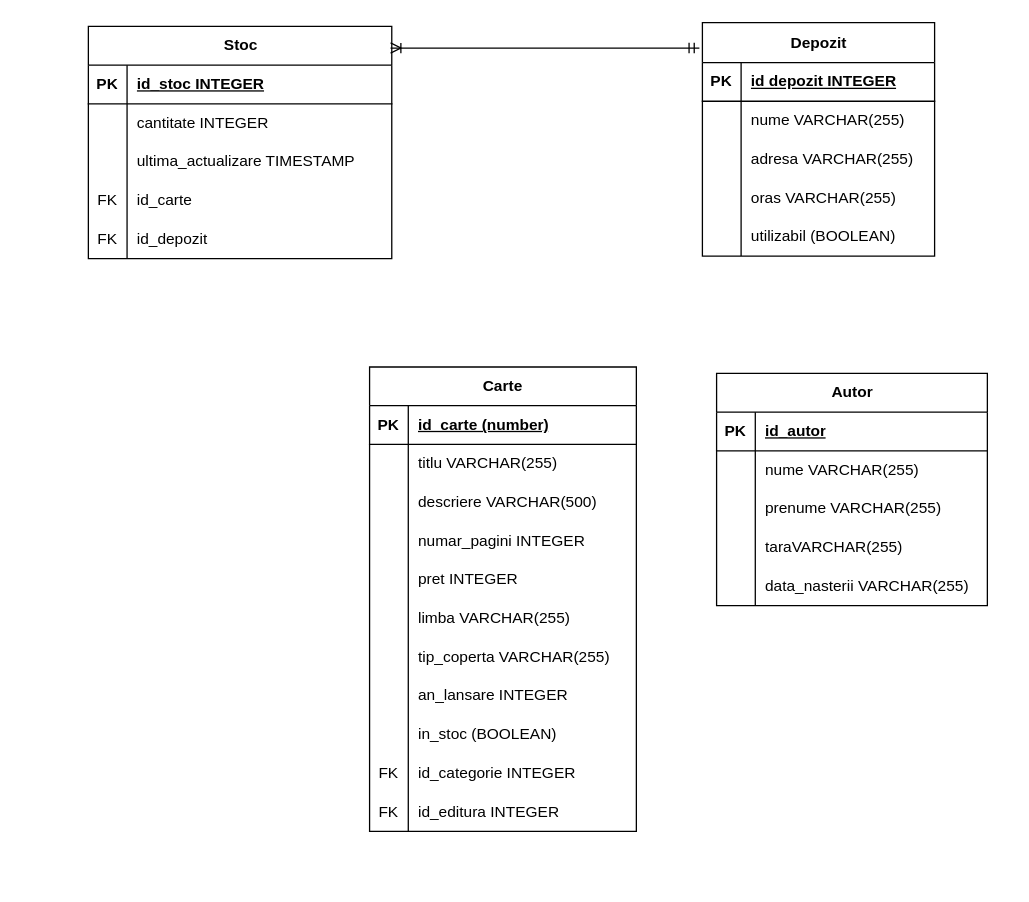
This is Untitled Diagram.drawio from CiprianVlad/facultate, a draw.io file, before an edit. Source tidied: cells renumbered, new cells numbered last; positions are measured from the earlier drawing's top-left corner, leaving out a move shared by most shapes. Both pictures are drawn from the tidied source at 129%, with x=0, y=0 at pixel (88, 22).
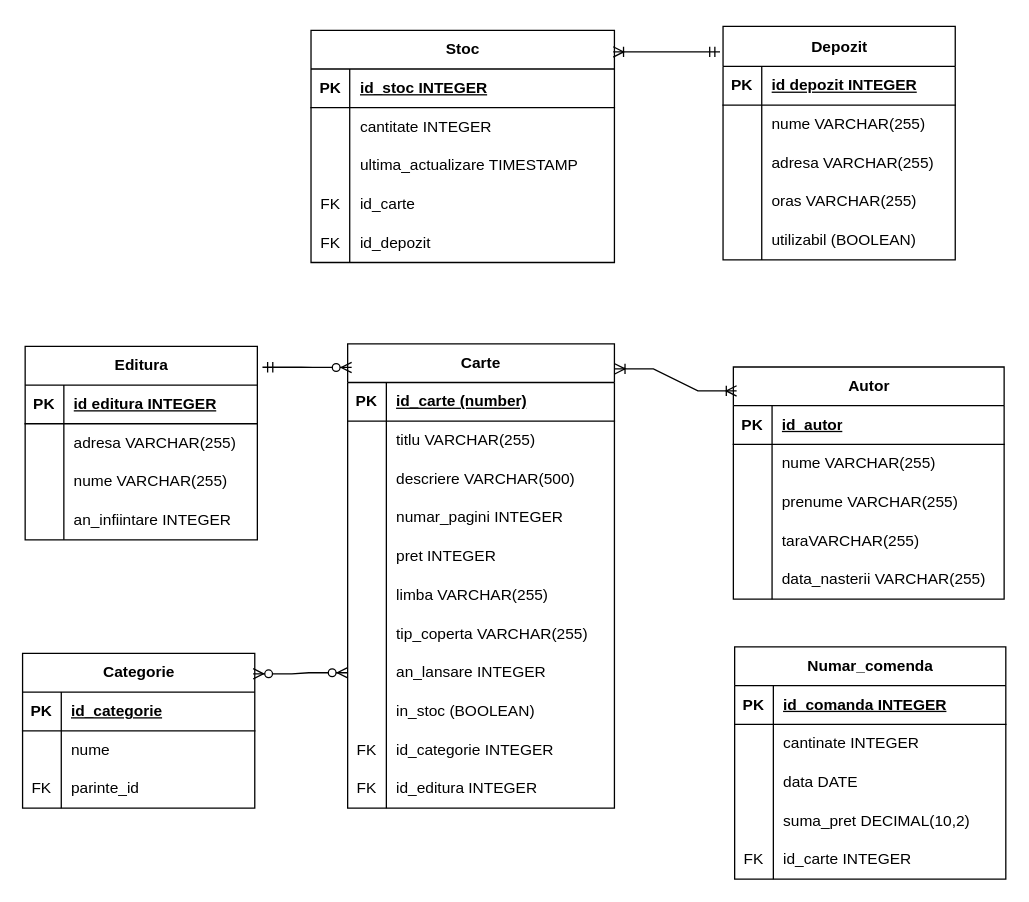
The same diagram, later.

The change refers to these unchanged cells:
```xml
<mxCell id="24" style="shape=tableRow;horizontal=0;startSize=0;swimlaneHead=0;swimlaneBody=0;fillColor=none;points=[[0,0.5],[1,0.5]];portConstraint=eastwest;top=0;left=0;right=0;bottom=0;" parent="2" vertex="1">
  <mxGeometry y="240" width="206.8" height="30" as="geometry" />
</mxCell>
```

Change to the diagram source:
```diff
@@
     <mxCell id="2" value="Carte" style="shape=table;startSize=30;childLayout=tableLayout;rowLines=0;fontStyle=1;align=center;html=1;" parent="1" vertex="1">
-      <mxGeometry x="218" y="267" width="206.8" height="360" as="geometry" />
+      <mxGeometry x="201" y="249" width="206.8" height="360" as="geometry" />
     </mxCell>
@@
     <mxCell id="36" value="Stoc" style="shape=table;startSize=30;childLayout=tableLayout;rowLines=0;fontStyle=1;align=center;html=1;" parent="1" vertex="1">
-      <mxGeometry y="3" width="235.2" height="180" as="geometry" />
+      <mxGeometry x="172.6" y="6" width="235.2" height="180" as="geometry" />
     </mxCell>
@@
     <mxCell id="52" value="Depozit" style="shape=table;startSize=31;childLayout=tableLayout;rowLines=0;fontStyle=1;align=center;html=1;" parent="1" vertex="1">
-      <mxGeometry x="476" width="180" height="181" as="geometry" />
+      <mxGeometry x="492" y="3" width="180" height="181" as="geometry" />
     </mxCell>
@@
     <mxCell id="69" value="Autor" style="shape=table;startSize=30;childLayout=tableLayout;rowLines=0;fontStyle=1;align=center;html=1;" parent="1" vertex="1">
-      <mxGeometry x="487" y="272" width="209.9" height="180" as="geometry" />
+      <mxGeometry x="500" y="267" width="209.9" height="180" as="geometry" />
     </mxCell>
@@
+    <mxCell id="85" style="edgeStyle=entityRelationEdgeStyle;fontSize=12;html=1;endArrow=ERoneToMany;startArrow=ERoneToMany;rounded=0;entryX=0.012;entryY=0.103;entryDx=0;entryDy=0;entryPerimeter=0;exitX=1.001;exitY=0.054;exitDx=0;exitDy=0;exitPerimeter=0;" parent="1" edge="1" source="2" target="69">
+      <mxGeometry relative="1" as="geometry" />
+    </mxCell>
+    <mxCell id="86" value="Editura" style="shape=table;startSize=30;childLayout=tableLayout;rowLines=0;fontStyle=1;align=center;html=1;" parent="1" vertex="1">
+      <mxGeometry x="-49" y="251" width="180" height="150" as="geometry" />
+    </mxCell>
+    <mxCell id="87" style="shape=tableRow;horizontal=0;startSize=0;swimlaneHead=0;swimlaneBody=0;fillColor=none;top=0;left=0;right=0;bottom=1;" parent="86" vertex="1">
+      <mxGeometry y="30" width="180" height="30" as="geometry" />
+    </mxCell>
+    <mxCell id="88" value="PK" style="shape=partialRectangle;fillColor=none;top=0;left=0;bottom=0;right=0;fontStyle=1;overflow=hidden;whiteSpace=wrap;html=1;" parent="87" vertex="1">
+      <mxGeometry width="30" height="30" as="geometry" />
+    </mxCell>
+    <mxCell id="89" value="id editura INTEGER" style="shape=partialRectangle;fillColor=none;top=0;left=0;bottom=0;right=0;align=left;spacingLeft=6;fontStyle=5;overflow=hidden;whiteSpace=wrap;html=1;" parent="87" vertex="1">
+      <mxGeometry x="30" width="150" height="30" as="geometry" />
+    </mxCell>
+    <mxCell id="90" style="shape=tableRow;horizontal=0;startSize=0;swimlaneHead=0;swimlaneBody=0;fillColor=none;top=0;left=0;right=0;bottom=0;" parent="86" vertex="1">
+      <mxGeometry y="60" width="180" height="30" as="geometry" />
+    </mxCell>
+    <mxCell id="91" style="shape=partialRectangle;fillColor=none;top=0;left=0;bottom=0;right=0;overflow=hidden;whiteSpace=wrap;html=1;" parent="90" vertex="1">
+      <mxGeometry width="30" height="30" as="geometry" />
+    </mxCell>
+    <mxCell id="92" value="adresa VARCHAR(255)" style="shape=partialRectangle;fillColor=none;top=0;left=0;bottom=0;right=0;align=left;spacingLeft=6;overflow=hidden;whiteSpace=wrap;html=1;" parent="90" vertex="1">
+      <mxGeometry x="30" width="150" height="30" as="geometry" />
+    </mxCell>
+    <mxCell id="93" style="shape=tableRow;horizontal=0;startSize=0;swimlaneHead=0;swimlaneBody=0;fillColor=none;top=0;left=0;right=0;bottom=0;" parent="86" vertex="1">
+      <mxGeometry y="90" width="180" height="30" as="geometry" />
+    </mxCell>
+    <mxCell id="94" style="shape=partialRectangle;fillColor=none;top=0;left=0;bottom=0;right=0;overflow=hidden;whiteSpace=wrap;html=1;" parent="93" vertex="1">
+      <mxGeometry width="30" height="30" as="geometry" />
+    </mxCell>
+    <mxCell id="95" value="nume VARCHAR(255)" style="shape=partialRectangle;fillColor=none;top=0;left=0;bottom=0;right=0;align=left;spacingLeft=6;overflow=hidden;whiteSpace=wrap;html=1;" parent="93" vertex="1">
+      <mxGeometry x="30" width="150" height="30" as="geometry" />
+    </mxCell>
+    <mxCell id="96" style="shape=tableRow;horizontal=0;startSize=0;swimlaneHead=0;swimlaneBody=0;fillColor=none;top=0;left=0;right=0;bottom=0;" parent="86" vertex="1">
+      <mxGeometry y="120" width="180" height="30" as="geometry" />
+    </mxCell>
+    <mxCell id="97" style="shape=partialRectangle;fillColor=none;top=0;left=0;bottom=0;right=0;overflow=hidden;whiteSpace=wrap;html=1;" parent="96" vertex="1">
+      <mxGeometry width="30" height="30" as="geometry" />
+    </mxCell>
+    <mxCell id="98" value="an_infiintare INTEGER" style="shape=partialRectangle;fillColor=none;top=0;left=0;bottom=0;right=0;align=left;spacingLeft=6;overflow=hidden;whiteSpace=wrap;html=1;" parent="96" vertex="1">
+      <mxGeometry x="30" width="150" height="30" as="geometry" />
+    </mxCell>
+    <mxCell id="99" style="edgeStyle=entityRelationEdgeStyle;fontSize=12;html=1;endArrow=ERzeroToMany;startArrow=ERmandOne;rounded=0;entryX=0.015;entryY=0.051;entryDx=0;entryDy=0;entryPerimeter=0;exitX=1.022;exitY=0.108;exitDx=0;exitDy=0;exitPerimeter=0;" parent="1" edge="1" source="86" target="2">
+      <mxGeometry relative="1" as="geometry" />
+    </mxCell>
+    <mxCell id="100" value="Categorie" style="shape=table;startSize=30;childLayout=tableLayout;rowLines=0;fontStyle=1;align=center;html=1;" parent="1" vertex="1">
+      <mxGeometry x="-51" y="489" width="180" height="120" as="geometry" />
+    </mxCell>
+    <mxCell id="101" style="shape=tableRow;horizontal=0;startSize=0;swimlaneHead=0;swimlaneBody=0;fillColor=none;top=0;left=0;right=0;bottom=1;" parent="100" vertex="1">
+      <mxGeometry y="30" width="180" height="30" as="geometry" />
+    </mxCell>
+    <mxCell id="102" value="PK" style="shape=partialRectangle;fillColor=none;top=0;left=0;bottom=0;right=0;fontStyle=1;overflow=hidden;whiteSpace=wrap;html=1;" parent="101" vertex="1">
+      <mxGeometry width="30" height="30" as="geometry" />
+    </mxCell>
+    <mxCell id="103" value="id_categorie" style="shape=partialRectangle;fillColor=none;top=0;left=0;bottom=0;right=0;align=left;spacingLeft=6;fontStyle=5;overflow=hidden;whiteSpace=wrap;html=1;" parent="101" vertex="1">
+      <mxGeometry x="30" width="150" height="30" as="geometry" />
+    </mxCell>
+    <mxCell id="104" style="shape=tableRow;horizontal=0;startSize=0;swimlaneHead=0;swimlaneBody=0;fillColor=none;top=0;left=0;right=0;bottom=0;" parent="100" vertex="1">
+      <mxGeometry y="60" width="180" height="30" as="geometry" />
+    </mxCell>
+    <mxCell id="105" style="shape=partialRectangle;fillColor=none;top=0;left=0;bottom=0;right=0;overflow=hidden;whiteSpace=wrap;html=1;" parent="104" vertex="1">
+      <mxGeometry width="30" height="30" as="geometry" />
+    </mxCell>
+    <mxCell id="106" value="nume" style="shape=partialRectangle;fillColor=none;top=0;left=0;bottom=0;right=0;align=left;spacingLeft=6;overflow=hidden;whiteSpace=wrap;html=1;" parent="104" vertex="1">
+      <mxGeometry x="30" width="150" height="30" as="geometry" />
+    </mxCell>
+    <mxCell id="107" style="shape=tableRow;horizontal=0;startSize=0;swimlaneHead=0;swimlaneBody=0;fillColor=none;top=0;left=0;right=0;bottom=0;" parent="100" vertex="1">
+      <mxGeometry y="90" width="180" height="30" as="geometry" />
+    </mxCell>
+    <mxCell id="108" value="FK" style="shape=partialRectangle;fillColor=none;top=0;left=0;bottom=0;right=0;overflow=hidden;whiteSpace=wrap;html=1;" parent="107" vertex="1">
+      <mxGeometry width="30" height="30" as="geometry" />
+    </mxCell>
+    <mxCell id="109" value="parinte_id" style="shape=partialRectangle;fillColor=none;top=0;left=0;bottom=0;right=0;align=left;spacingLeft=6;overflow=hidden;whiteSpace=wrap;html=1;" parent="107" vertex="1">
+      <mxGeometry x="30" width="150" height="30" as="geometry" />
+    </mxCell>
+    <mxCell id="110" style="edgeStyle=entityRelationEdgeStyle;fontSize=12;html=1;endArrow=ERzeroToMany;endFill=1;startArrow=ERzeroToMany;rounded=0;entryX=0;entryY=0.5;entryDx=0;entryDy=0;exitX=0.993;exitY=0.132;exitDx=0;exitDy=0;exitPerimeter=0;" parent="1" edge="1" source="100" target="24">
+      <mxGeometry relative="1" as="geometry" />
+    </mxCell>
+    <mxCell id="111" value="Numar_comenda" style="shape=table;startSize=30;childLayout=tableLayout;rowLines=0;fontStyle=1;align=center;html=1;" parent="1" vertex="1">
+      <mxGeometry x="501" y="484" width="210.2" height="180" as="geometry" />
+    </mxCell>
+    <mxCell id="112" style="shape=tableRow;horizontal=0;startSize=0;swimlaneHead=0;swimlaneBody=0;fillColor=none;top=0;left=0;right=0;bottom=1;" parent="111" vertex="1">
+      <mxGeometry y="30" width="210.2" height="30" as="geometry" />
+    </mxCell>
+    <mxCell id="113" value="PK" style="shape=partialRectangle;fillColor=none;top=0;left=0;bottom=0;right=0;fontStyle=1;overflow=hidden;whiteSpace=wrap;html=1;" parent="112" vertex="1">
+      <mxGeometry width="30" height="30" as="geometry" />
+    </mxCell>
+    <mxCell id="114" value="id_comanda INTEGER" style="shape=partialRectangle;fillColor=none;top=0;left=0;bottom=0;right=0;align=left;spacingLeft=6;fontStyle=5;overflow=hidden;whiteSpace=wrap;html=1;" parent="112" vertex="1">
+      <mxGeometry x="30" width="180.2" height="30" as="geometry" />
+    </mxCell>
+    <mxCell id="115" style="shape=tableRow;horizontal=0;startSize=0;swimlaneHead=0;swimlaneBody=0;fillColor=none;top=0;left=0;right=0;bottom=0;" parent="111" vertex="1">
+      <mxGeometry y="60" width="210.2" height="30" as="geometry" />
+    </mxCell>
+    <mxCell id="116" style="shape=partialRectangle;fillColor=none;top=0;left=0;bottom=0;right=0;overflow=hidden;whiteSpace=wrap;html=1;" parent="115" vertex="1">
+      <mxGeometry width="30" height="30" as="geometry" />
+    </mxCell>
+    <mxCell id="117" value="cantinate INTEGER" style="shape=partialRectangle;fillColor=none;top=0;left=0;bottom=0;right=0;align=left;spacingLeft=6;overflow=hidden;whiteSpace=wrap;html=1;" parent="115" vertex="1">
+      <mxGeometry x="30" width="180.2" height="30" as="geometry" />
+    </mxCell>
+    <mxCell id="118" style="shape=tableRow;horizontal=0;startSize=0;swimlaneHead=0;swimlaneBody=0;fillColor=none;top=0;left=0;right=0;bottom=0;" parent="111" vertex="1">
+      <mxGeometry y="90" width="210.2" height="30" as="geometry" />
+    </mxCell>
+    <mxCell id="119" style="shape=partialRectangle;fillColor=none;top=0;left=0;bottom=0;right=0;overflow=hidden;whiteSpace=wrap;html=1;" parent="118" vertex="1">
+      <mxGeometry width="30" height="30" as="geometry" />
+    </mxCell>
+    <mxCell id="120" value="data DATE" style="shape=partialRectangle;fillColor=none;top=0;left=0;bottom=0;right=0;align=left;spacingLeft=6;overflow=hidden;whiteSpace=wrap;html=1;" parent="118" vertex="1">
+      <mxGeometry x="30" width="180.2" height="30" as="geometry" />
+    </mxCell>
+    <mxCell id="121" style="shape=tableRow;horizontal=0;startSize=0;swimlaneHead=0;swimlaneBody=0;fillColor=none;top=0;left=0;right=0;bottom=0;" parent="111" vertex="1">
+      <mxGeometry y="120" width="210.2" height="30" as="geometry" />
+    </mxCell>
+    <mxCell id="122" style="shape=partialRectangle;fillColor=none;top=0;left=0;bottom=0;right=0;overflow=hidden;whiteSpace=wrap;html=1;" parent="121" vertex="1">
+      <mxGeometry width="30" height="30" as="geometry" />
+    </mxCell>
+    <mxCell id="123" value="suma_pret DECIMAL(10,2)" style="shape=partialRectangle;fillColor=none;top=0;left=0;bottom=0;right=0;align=left;spacingLeft=6;overflow=hidden;whiteSpace=wrap;html=1;" parent="121" vertex="1">
+      <mxGeometry x="30" width="180.2" height="30" as="geometry" />
+    </mxCell>
+    <mxCell id="124" style="shape=tableRow;horizontal=0;startSize=0;swimlaneHead=0;swimlaneBody=0;fillColor=none;top=0;left=0;right=0;bottom=0;" parent="111" vertex="1">
+      <mxGeometry y="150" width="210.2" height="30" as="geometry" />
+    </mxCell>
+    <mxCell id="125" value="FK" style="shape=partialRectangle;fillColor=none;top=0;left=0;bottom=0;right=0;overflow=hidden;whiteSpace=wrap;html=1;" parent="124" vertex="1">
+      <mxGeometry width="30" height="30" as="geometry" />
+    </mxCell>
+    <mxCell id="126" value="id_carte INTEGER" style="shape=partialRectangle;fillColor=none;top=0;left=0;bottom=0;right=0;align=left;spacingLeft=6;overflow=hidden;whiteSpace=wrap;html=1;" parent="124" vertex="1">
+      <mxGeometry x="30" width="180.2" height="30" as="geometry" />
+    </mxCell>
```
